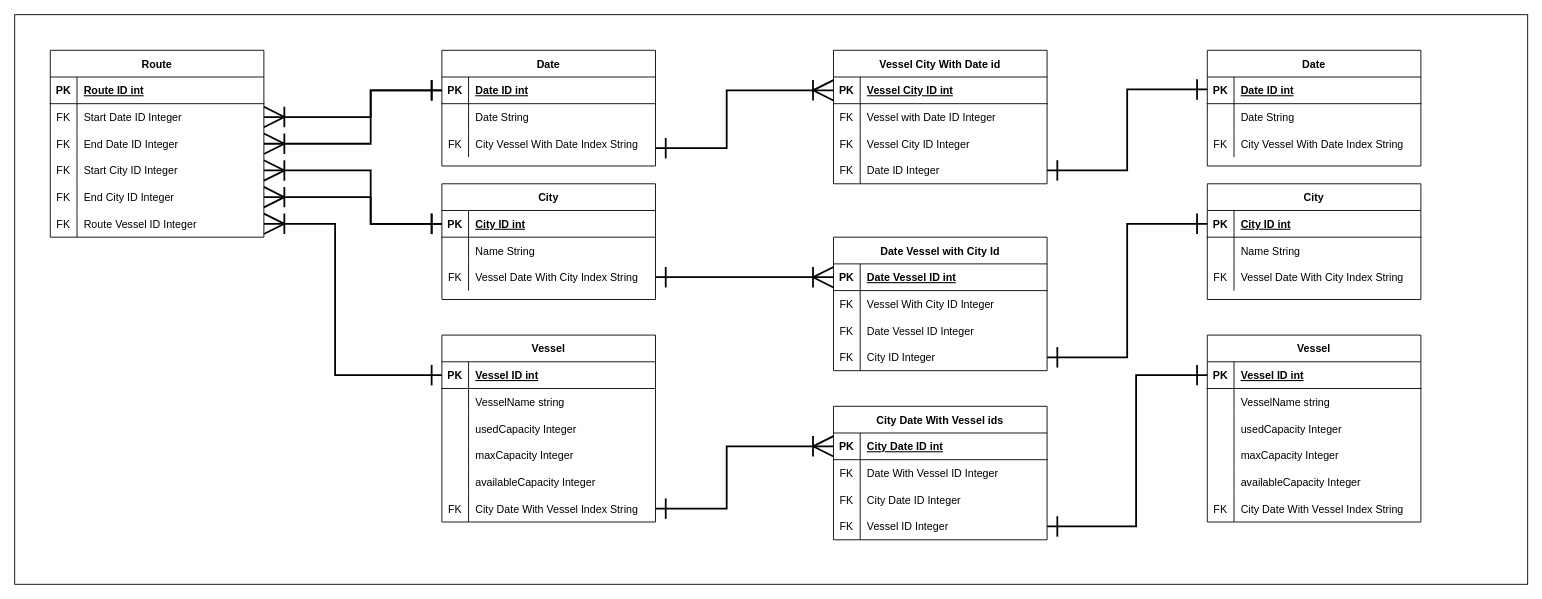
This is drawIo/erDiagramTables.drawio from jmsaRuc/sofdevporjekt, a draw.io file, before an edit. Source tidied: cells renumbered, new cells numbered last; positions are measured from the earlier drawing's top-left corner, leaving out a move shared by most shapes. Both pictures are drawn from the tidied source at 89%, with x=0, y=0 at pixel (14, 14).
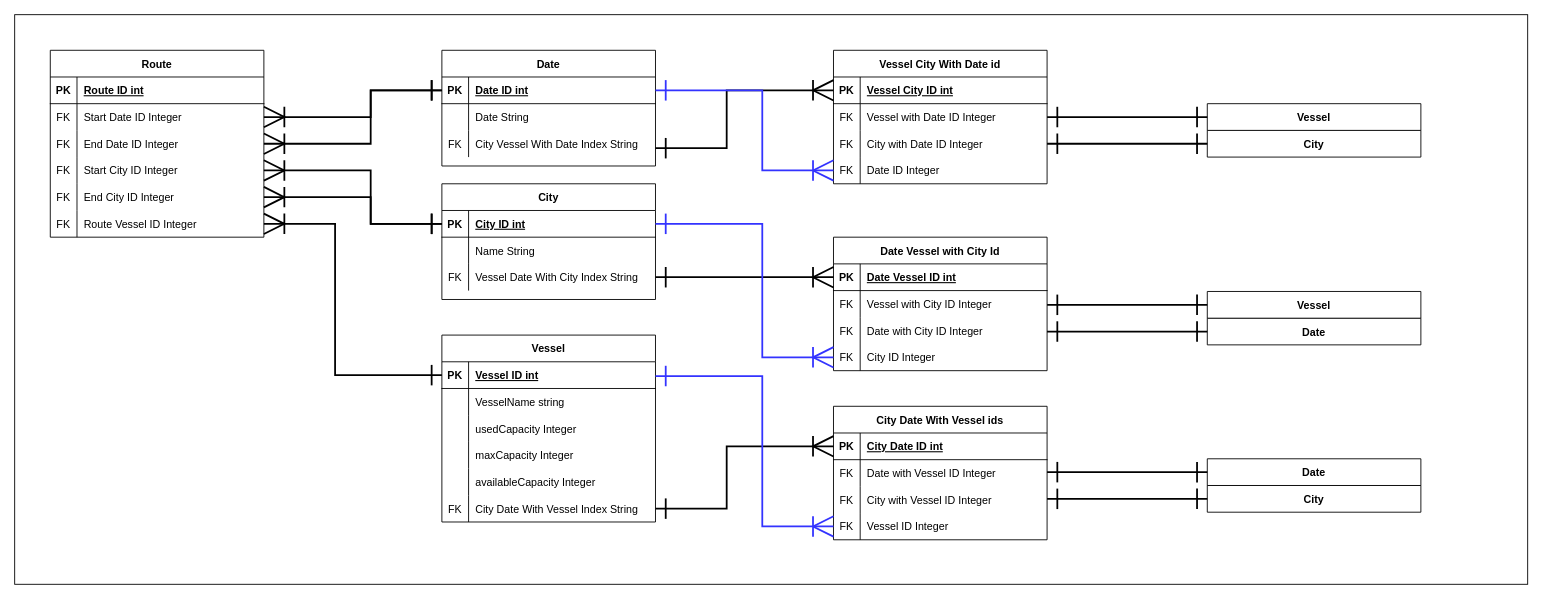
After the change.

The change refers to these unchanged cells:
```xml
<mxCell id="4" style="shape=partialRectangle;fillColor=none;points=[[0,0.5],[1,0.5]];portConstraint=eastwest;top=0;left=0;right=0;bottom=1;" parent="3" vertex="1">
  <mxGeometry y="30" width="240" height="30" as="geometry" />
</mxCell>
<mxCell id="46" style="shape=partialRectangle;fillColor=none;top=0;left=0;right=0;bottom=0;" parent="42" vertex="1">
  <mxGeometry y="60" width="240" height="30" as="geometry" />
</mxCell>
<mxCell id="49" style="shape=partialRectangle;fillColor=none;top=0;left=0;right=0;bottom=0;" parent="42" vertex="1">
  <mxGeometry y="90" width="240" height="30" as="geometry" />
</mxCell>
<mxCell id="52" style="shape=partialRectangle;fillColor=none;points=[[0,0.5],[1,0.5]];portConstraint=eastwest;top=0;left=0;right=0;bottom=0;" parent="42" vertex="1">
  <mxGeometry y="120" width="240" height="30" as="geometry" />
</mxCell>
<mxCell id="62" style="shape=partialRectangle;fillColor=none;points=[[0,0.5],[1,0.5]];portConstraint=eastwest;top=0;left=0;right=0;bottom=0;" parent="55" vertex="1">
  <mxGeometry y="90" width="240" height="30" as="geometry" />
</mxCell>
<mxCell id="65" style="shape=partialRectangle;fillColor=none;points=[[0,0.5],[1,0.5]];portConstraint=eastwest;top=0;left=0;right=0;bottom=0;" parent="55" vertex="1">
  <mxGeometry y="120" width="240" height="30" as="geometry" />
</mxCell>
<mxCell id="72" style="shape=partialRectangle;fillColor=none;top=0;left=0;right=0;bottom=0;" parent="68" vertex="1">
  <mxGeometry y="60" width="240" height="30" as="geometry" />
</mxCell>
<mxCell id="75" style="shape=partialRectangle;fillColor=none;top=0;left=0;right=0;bottom=0;" parent="68" vertex="1">
  <mxGeometry y="90" width="240" height="30" as="geometry" />
</mxCell>
<mxCell id="78" style="shape=partialRectangle;fillColor=none;points=[[0,0.5],[1,0.5]];portConstraint=eastwest;top=0;left=0;right=0;bottom=0;" parent="68" vertex="1">
  <mxGeometry y="120" width="240" height="30" as="geometry" />
</mxCell>
```

Diff of the diagram source:
```diff
@@
-    <mxCell id="48" value="Date With Vessel ID Integer" style="shape=partialRectangle;overflow=hidden;fillColor=none;top=0;left=0;bottom=0;right=0;align=left;spacingLeft=6;" parent="46" vertex="1">
+    <mxCell id="48" value="Date with Vessel ID Integer" style="shape=partialRectangle;overflow=hidden;fillColor=none;top=0;left=0;bottom=0;right=0;align=left;spacingLeft=6;" parent="46" vertex="1">
       <mxGeometry x="30" width="210" height="30" as="geometry" />
     </mxCell>
@@
-    <mxCell id="51" value="City Date ID Integer" style="shape=partialRectangle;overflow=hidden;fillColor=none;top=0;left=0;bottom=0;right=0;align=left;spacingLeft=6;" parent="49" vertex="1">
+    <mxCell id="51" value="City with Vessel ID Integer" style="shape=partialRectangle;overflow=hidden;fillColor=none;top=0;left=0;bottom=0;right=0;align=left;spacingLeft=6;" parent="49" vertex="1">
       <mxGeometry x="30" width="210" height="30" as="geometry" />
     </mxCell>
@@
-    <mxCell id="64" value="Vessel City ID Integer " style="shape=partialRectangle;overflow=hidden;fillColor=none;top=0;left=0;bottom=0;right=0;align=left;spacingLeft=6;" parent="62" vertex="1">
+    <mxCell id="64" value="City with Date ID Integer " style="shape=partialRectangle;overflow=hidden;fillColor=none;top=0;left=0;bottom=0;right=0;align=left;spacingLeft=6;" parent="62" vertex="1">
       <mxGeometry x="30" width="210" height="30" as="geometry" />
     </mxCell>
@@
-    <mxCell id="74" value="Vessel With City ID Integer" style="shape=partialRectangle;overflow=hidden;fillColor=none;top=0;left=0;bottom=0;right=0;align=left;spacingLeft=6;" parent="72" vertex="1">
+    <mxCell id="74" value="Vessel with City ID Integer" style="shape=partialRectangle;overflow=hidden;fillColor=none;top=0;left=0;bottom=0;right=0;align=left;spacingLeft=6;" parent="72" vertex="1">
       <mxGeometry x="30" width="210" height="30" as="geometry" />
     </mxCell>
@@
-    <mxCell id="77" value="Date Vessel ID Integer " style="shape=partialRectangle;overflow=hidden;fillColor=none;top=0;left=0;bottom=0;right=0;align=left;spacingLeft=6;" parent="75" vertex="1">
+    <mxCell id="77" value="Date with City ID Integer " style="shape=partialRectangle;overflow=hidden;fillColor=none;top=0;left=0;bottom=0;right=0;align=left;spacingLeft=6;" parent="75" vertex="1">
       <mxGeometry x="30" width="210" height="30" as="geometry" />
     </mxCell>
@@
-    <mxCell id="108" value="Date" style="shape=table;startSize=30;childLayout=tableLayout;rowLines=0;fontStyle=1;align=center;" parent="1" vertex="1">
-      <mxGeometry x="1340" y="40" width="240" height="130" as="geometry" />
+    <mxCell id="108" value="City" style="shape=table;startSize=30;childLayout=tableLayout;rowLines=0;fontStyle=1;align=center;" parent="1" vertex="1">
+      <mxGeometry x="1340" y="130" width="240" height="30" as="geometry" />
     </mxCell>
-    <mxCell id="109" style="shape=partialRectangle;fillColor=none;top=0;left=0;right=0;bottom=1;" parent="108" vertex="1">
-      <mxGeometry y="30" width="240" height="30" as="geometry" />
-    </mxCell>
-    <mxCell id="110" value="PK" style="shape=partialRectangle;overflow=hidden;fillColor=none;top=0;left=0;bottom=0;right=0;fontStyle=1;" parent="109" vertex="1">
-      <mxGeometry width="30" height="30" as="geometry" />
-    </mxCell>
-    <mxCell id="111" value="Date ID int" style="shape=partialRectangle;overflow=hidden;fillColor=none;top=0;left=0;bottom=0;right=0;align=left;spacingLeft=6;fontStyle=5;" parent="109" vertex="1">
-      <mxGeometry x="30" width="210" height="30" as="geometry" />
-    </mxCell>
-    <mxCell id="112" style="shape=partialRectangle;fillColor=none;top=0;left=0;right=0;bottom=0;" parent="108" vertex="1">
-      <mxGeometry y="60" width="240" height="30" as="geometry" />
-    </mxCell>
-    <mxCell id="113" style="shape=partialRectangle;overflow=hidden;fillColor=none;top=0;left=0;bottom=0;right=0;" parent="112" vertex="1">
-      <mxGeometry width="30" height="30" as="geometry" />
-    </mxCell>
-    <mxCell id="114" value="Date String" style="shape=partialRectangle;overflow=hidden;fillColor=none;top=0;left=0;bottom=0;right=0;align=left;spacingLeft=6;" parent="112" vertex="1">
-      <mxGeometry x="30" width="210" height="30" as="geometry" />
-    </mxCell>
-    <mxCell id="115" style="shape=partialRectangle;fillColor=none;top=0;left=0;right=0;bottom=0;" parent="108" vertex="1">
-      <mxGeometry y="90" width="240" height="30" as="geometry" />
-    </mxCell>
-    <mxCell id="116" value="FK" style="shape=partialRectangle;overflow=hidden;fillColor=none;top=0;left=0;bottom=0;right=0;" parent="115" vertex="1">
-      <mxGeometry width="30" height="30" as="geometry" />
-    </mxCell>
-    <mxCell id="117" value="City Vessel With Date Index String" style="shape=partialRectangle;overflow=hidden;fillColor=none;top=0;left=0;bottom=0;right=0;align=left;spacingLeft=6;" parent="115" vertex="1">
-      <mxGeometry x="30" width="210" height="30" as="geometry" />
-    </mxCell>
+    <mxCell id="147" style="edgeStyle=orthogonalEdgeStyle;rounded=0;jettySize=auto;html=1;startArrow=ERone;startFill=0;targetPerimeterSpacing=0;strokeWidth=2;endArrow=ERone;endFill=0;endSize=20;startSize=20;exitX=1;exitY=0.5;exitDx=0;exitDy=0;" parent="1" edge="1" source="62">
+      <mxGeometry relative="1" as="geometry">
+        <mxPoint x="1340" y="145" as="targetPoint" />
+        <Array as="points">
+          <mxPoint x="1340" y="145" />
+        </Array>
+      </mxGeometry>
+    </mxCell>
+    <mxCell id="150" style="edgeStyle=orthogonalEdgeStyle;rounded=0;jettySize=auto;html=1;entryX=0;entryY=0.5;entryDx=0;entryDy=0;startArrow=ERone;startFill=0;targetPerimeterSpacing=0;strokeWidth=2;endArrow=ERoneToMany;endFill=0;exitX=1;exitY=0.5;exitDx=0;exitDy=0;endSize=20;startSize=20;strokeColor=#3333FF;" parent="1" edge="1" source="4" target="65">
+      <mxGeometry relative="1" as="geometry">
+        <Array as="points">
+          <mxPoint x="840" y="85" />
+          <mxPoint x="840" y="175" />
+        </Array>
+      </mxGeometry>
+    </mxCell>
+    <mxCell id="151" style="edgeStyle=orthogonalEdgeStyle;rounded=0;jettySize=auto;html=1;entryX=0;entryY=0.5;entryDx=0;entryDy=0;startArrow=ERone;startFill=0;targetPerimeterSpacing=0;strokeWidth=2;endArrow=ERoneToMany;endFill=0;exitX=1;exitY=0.5;exitDx=0;exitDy=0;endSize=20;startSize=20;strokeColor=#3333FF;" parent="1" edge="1" target="78">
+      <mxGeometry relative="1" as="geometry">
+        <mxPoint x="720" y="235" as="sourcePoint" />
+        <Array as="points">
+          <mxPoint x="840" y="235" />
+          <mxPoint x="840" y="385" />
+        </Array>
+      </mxGeometry>
+    </mxCell>
+    <mxCell id="152" style="edgeStyle=orthogonalEdgeStyle;rounded=0;jettySize=auto;html=1;entryX=0;entryY=0.5;entryDx=0;entryDy=0;startArrow=ERone;startFill=0;targetPerimeterSpacing=0;strokeWidth=2;endArrow=ERoneToMany;endFill=0;exitX=1;exitY=0.5;exitDx=0;exitDy=0;endSize=20;startSize=20;strokeColor=#3333FF;" parent="1" edge="1" target="52">
+      <mxGeometry relative="1" as="geometry">
+        <mxPoint x="720" y="406" as="sourcePoint" />
+        <Array as="points">
+          <mxPoint x="840" y="406" />
+          <mxPoint x="840" y="575" />
+        </Array>
+      </mxGeometry>
+    </mxCell>
+    <mxCell id="153" value="Vessel" style="shape=table;startSize=30;childLayout=tableLayout;rowLines=0;fontStyle=1;align=center;" parent="1" vertex="1">
+      <mxGeometry x="1340" y="100" width="240" height="30" as="geometry" />
+    </mxCell>
+    <mxCell id="154" style="edgeStyle=orthogonalEdgeStyle;rounded=0;orthogonalLoop=1;jettySize=auto;html=1;startArrow=ERone;startFill=0;targetPerimeterSpacing=0;strokeWidth=2;endArrow=ERone;endFill=0;endSize=20;startSize=20;exitX=1;exitY=0.5;exitDx=0;exitDy=0;" parent="1" edge="1">
+      <mxGeometry relative="1" as="geometry">
+        <mxPoint x="1160" y="115" as="sourcePoint" />
+        <mxPoint x="1340" y="115" as="targetPoint" />
+        <Array as="points">
+          <mxPoint x="1340" y="115" />
+        </Array>
+      </mxGeometry>
+    </mxCell>
+    <mxCell id="155" value="Date" style="shape=table;startSize=30;childLayout=tableLayout;rowLines=0;fontStyle=1;align=center;" parent="1" vertex="1">
+      <mxGeometry x="1340" y="341" width="240" height="30" as="geometry" />
+    </mxCell>
+    <mxCell id="156" style="edgeStyle=orthogonalEdgeStyle;rounded=0;orthogonalLoop=1;jettySize=auto;html=1;startArrow=ERone;startFill=0;targetPerimeterSpacing=0;strokeWidth=2;endArrow=ERone;endFill=0;endSize=20;startSize=20;exitX=1;exitY=0.5;exitDx=0;exitDy=0;" parent="1" edge="1">
+      <mxGeometry relative="1" as="geometry">
+        <mxPoint x="1160" y="356" as="sourcePoint" />
+        <mxPoint x="1340" y="356" as="targetPoint" />
+        <Array as="points">
+          <mxPoint x="1340" y="356" />
+        </Array>
+      </mxGeometry>
+    </mxCell>
+    <mxCell id="157" value="Vessel" style="shape=table;startSize=30;childLayout=tableLayout;rowLines=0;fontStyle=1;align=center;" parent="1" vertex="1">
+      <mxGeometry x="1340" y="311" width="240" height="30" as="geometry" />
+    </mxCell>
+    <mxCell id="158" style="edgeStyle=orthogonalEdgeStyle;rounded=0;orthogonalLoop=1;jettySize=auto;html=1;startArrow=ERone;startFill=0;targetPerimeterSpacing=0;strokeWidth=2;endArrow=ERone;endFill=0;endSize=20;startSize=20;exitX=1;exitY=0.5;exitDx=0;exitDy=0;" parent="1" edge="1">
+      <mxGeometry relative="1" as="geometry">
+        <mxPoint x="1160" y="326" as="sourcePoint" />
+        <mxPoint x="1340" y="326" as="targetPoint" />
+        <Array as="points">
+          <mxPoint x="1340" y="326" />
+        </Array>
+      </mxGeometry>
+    </mxCell>
     <mxCell id="118" value="City" style="shape=table;startSize=30;childLayout=tableLayout;rowLines=0;fontStyle=1;align=center;" parent="1" vertex="1">
-      <mxGeometry x="1340" y="190" width="240" height="130" as="geometry" />
+      <mxGeometry x="1340" y="529" width="240" height="30" as="geometry" />
     </mxCell>
-    <mxCell id="119" style="shape=partialRectangle;fillColor=none;points=[[0,0.5],[1,0.5]];portConstraint=eastwest;top=0;left=0;right=0;bottom=1;" parent="118" vertex="1">
-      <mxGeometry y="30" width="240" height="30" as="geometry" />
-    </mxCell>
-    <mxCell id="120" value="PK" style="shape=partialRectangle;overflow=hidden;fillColor=none;top=0;left=0;bottom=0;right=0;fontStyle=1;" parent="119" vertex="1">
-      <mxGeometry width="30" height="30" as="geometry" />
-    </mxCell>
-    <mxCell id="121" value="City ID int" style="shape=partialRectangle;overflow=hidden;fillColor=none;top=0;left=0;bottom=0;right=0;align=left;spacingLeft=6;fontStyle=5;" parent="119" vertex="1">
-      <mxGeometry x="30" width="210" height="30" as="geometry" />
-    </mxCell>
-    <mxCell id="122" style="shape=partialRectangle;fillColor=none;top=0;left=0;right=0;bottom=0;" parent="118" vertex="1">
-      <mxGeometry y="60" width="240" height="30" as="geometry" />
-    </mxCell>
-    <mxCell id="123" style="shape=partialRectangle;overflow=hidden;fillColor=none;top=0;left=0;bottom=0;right=0;" parent="122" vertex="1">
-      <mxGeometry width="30" height="30" as="geometry" />
-    </mxCell>
-    <mxCell id="124" value="Name String " style="shape=partialRectangle;overflow=hidden;fillColor=none;top=0;left=0;bottom=0;right=0;align=left;spacingLeft=6;" parent="122" vertex="1">
-      <mxGeometry x="30" width="210" height="30" as="geometry" />
-    </mxCell>
-    <mxCell id="125" style="shape=partialRectangle;fillColor=none;top=0;left=0;right=0;bottom=0;" parent="118" vertex="1">
-      <mxGeometry y="90" width="240" height="30" as="geometry" />
-    </mxCell>
-    <mxCell id="126" value="FK" style="shape=partialRectangle;overflow=hidden;fillColor=none;top=0;left=0;bottom=0;right=0;" parent="125" vertex="1">
-      <mxGeometry width="30" height="30" as="geometry" />
-    </mxCell>
-    <mxCell id="127" value="Vessel Date With City Index String" style="shape=partialRectangle;overflow=hidden;fillColor=none;top=0;left=0;bottom=0;right=0;align=left;spacingLeft=6;" parent="125" vertex="1">
-      <mxGeometry x="30" width="210" height="30" as="geometry" />
-    </mxCell>
-    <mxCell id="128" value="Vessel" style="shape=table;startSize=30;childLayout=tableLayout;rowLines=0;fontStyle=1;align=center;" parent="1" vertex="1">
-      <mxGeometry x="1340" y="360" width="240" height="210" as="geometry" />
-    </mxCell>
-    <mxCell id="129" style="shape=partialRectangle;fillColor=none;points=[[0,0.5],[1,0.5]];portConstraint=eastwest;top=0;left=0;right=0;bottom=1;" parent="128" vertex="1">
-      <mxGeometry y="30" width="240" height="30" as="geometry" />
-    </mxCell>
-    <mxCell id="130" value="PK" style="shape=partialRectangle;overflow=hidden;fillColor=none;top=0;left=0;bottom=0;right=0;fontStyle=1;" parent="129" vertex="1">
-      <mxGeometry width="30" height="30" as="geometry" />
-    </mxCell>
-    <mxCell id="131" value="Vessel ID int" style="shape=partialRectangle;overflow=hidden;fillColor=none;top=0;left=0;bottom=0;right=0;align=left;spacingLeft=6;fontStyle=5;" parent="129" vertex="1">
-      <mxGeometry x="30" width="210" height="30" as="geometry" />
-    </mxCell>
-    <mxCell id="132" style="shape=partialRectangle;fillColor=none;top=0;left=0;right=0;bottom=0;" parent="128" vertex="1">
-      <mxGeometry y="60" width="240" height="30" as="geometry" />
-    </mxCell>
-    <mxCell id="133" style="shape=partialRectangle;overflow=hidden;fillColor=none;top=0;left=0;bottom=0;right=0;" parent="132" vertex="1">
-      <mxGeometry width="30" height="30" as="geometry" />
-    </mxCell>
-    <mxCell id="134" value="VesselName string" style="shape=partialRectangle;overflow=hidden;fillColor=none;top=0;left=0;bottom=0;right=0;align=left;spacingLeft=6;" parent="132" vertex="1">
-      <mxGeometry x="30" width="210" height="30" as="geometry" />
-    </mxCell>
-    <mxCell id="135" style="shape=partialRectangle;fillColor=none;top=0;left=0;right=0;bottom=0;" parent="128" vertex="1">
-      <mxGeometry y="90" width="240" height="30" as="geometry" />
-    </mxCell>
-    <mxCell id="136" style="shape=partialRectangle;overflow=hidden;fillColor=none;top=0;left=0;bottom=0;right=0;" parent="135" vertex="1">
-      <mxGeometry width="30" height="30" as="geometry" />
-    </mxCell>
-    <mxCell id="137" value="usedCapacity Integer " style="shape=partialRectangle;overflow=hidden;fillColor=none;top=0;left=0;bottom=0;right=0;align=left;spacingLeft=6;" parent="135" vertex="1">
-      <mxGeometry x="30" width="210" height="30" as="geometry" />
-    </mxCell>
-    <mxCell id="138" style="shape=partialRectangle;fillColor=none;top=0;left=0;right=0;bottom=0;" parent="128" vertex="1">
-      <mxGeometry y="120" width="240" height="30" as="geometry" />
-    </mxCell>
-    <mxCell id="139" style="shape=partialRectangle;overflow=hidden;fillColor=none;top=0;left=0;bottom=0;right=0;" parent="138" vertex="1">
-      <mxGeometry width="30" height="30" as="geometry" />
-    </mxCell>
-    <mxCell id="140" value="maxCapacity Integer " style="shape=partialRectangle;overflow=hidden;fillColor=none;top=0;left=0;bottom=0;right=0;align=left;spacingLeft=6;" parent="138" vertex="1">
-      <mxGeometry x="30" width="210" height="30" as="geometry" />
-    </mxCell>
-    <mxCell id="141" style="shape=partialRectangle;fillColor=none;top=0;left=0;right=0;bottom=0;" parent="128" vertex="1">
-      <mxGeometry y="150" width="240" height="30" as="geometry" />
-    </mxCell>
-    <mxCell id="142" style="shape=partialRectangle;overflow=hidden;fillColor=none;top=0;left=0;bottom=0;right=0;" parent="141" vertex="1">
-      <mxGeometry width="30" height="30" as="geometry" />
-    </mxCell>
-    <mxCell id="143" value="availableCapacity Integer" style="shape=partialRectangle;overflow=hidden;fillColor=none;top=0;left=0;bottom=0;right=0;align=left;spacingLeft=6;" parent="141" vertex="1">
-      <mxGeometry x="30" width="210" height="30" as="geometry" />
-    </mxCell>
-    <mxCell id="144" style="shape=partialRectangle;fillColor=none;top=0;left=0;right=0;bottom=0;" parent="128" vertex="1">
-      <mxGeometry y="180" width="240" height="30" as="geometry" />
-    </mxCell>
-    <mxCell id="145" value="FK" style="shape=partialRectangle;overflow=hidden;fillColor=none;top=0;left=0;bottom=0;right=0;" parent="144" vertex="1">
-      <mxGeometry width="30" height="30" as="geometry" />
-    </mxCell>
-    <mxCell id="146" value="City Date With Vessel Index String" style="shape=partialRectangle;overflow=hidden;fillColor=none;top=0;left=0;bottom=0;right=0;align=left;spacingLeft=6;" parent="144" vertex="1">
-      <mxGeometry x="30" width="210" height="30" as="geometry" />
-    </mxCell>
-    <mxCell id="147" style="edgeStyle=orthogonalEdgeStyle;rounded=0;jettySize=auto;html=1;entryX=0;entryY=0.5;entryDx=0;entryDy=0;startArrow=ERone;startFill=0;targetPerimeterSpacing=0;strokeWidth=2;endArrow=ERone;endFill=0;endSize=20;startSize=20;exitX=1;exitY=0.5;exitDx=0;exitDy=0;" parent="1" edge="1" source="65">
-      <mxGeometry relative="1" as="geometry">
-        <mxPoint x="1340" y="84" as="targetPoint" />
-        <Array as="points">
-          <mxPoint x="1250" y="175" />
-          <mxPoint x="1250" y="84" />
-        </Array>
-      </mxGeometry>
-    </mxCell>
-    <mxCell id="148" style="edgeStyle=orthogonalEdgeStyle;rounded=0;jettySize=auto;html=1;entryX=0;entryY=0.5;entryDx=0;entryDy=0;startArrow=ERone;startFill=0;targetPerimeterSpacing=0;strokeWidth=2;endArrow=ERone;endFill=0;endSize=20;startSize=20;exitX=1;exitY=0.5;exitDx=0;exitDy=0;" parent="1" edge="1" source="78" target="119">
-      <mxGeometry relative="1" as="geometry">
-        <Array as="points">
-          <mxPoint x="1250" y="385" />
-          <mxPoint x="1250" y="235" />
-        </Array>
-      </mxGeometry>
-    </mxCell>
-    <mxCell id="149" style="edgeStyle=orthogonalEdgeStyle;rounded=0;jettySize=auto;html=1;entryX=0;entryY=0.5;entryDx=0;entryDy=0;startArrow=ERone;startFill=0;targetPerimeterSpacing=0;strokeWidth=2;endArrow=ERone;endFill=0;endSize=20;startSize=20;exitX=1;exitY=0.5;exitDx=0;exitDy=0;" parent="1" edge="1" source="52" target="129">
-      <mxGeometry relative="1" as="geometry">
-        <Array as="points">
-          <mxPoint x="1260" y="575" />
-          <mxPoint x="1260" y="405" />
-        </Array>
-      </mxGeometry>
-    </mxCell>
+    <mxCell id="159" style="edgeStyle=orthogonalEdgeStyle;rounded=0;orthogonalLoop=1;jettySize=auto;html=1;startArrow=ERone;startFill=0;targetPerimeterSpacing=0;strokeWidth=2;endArrow=ERone;endFill=0;endSize=20;startSize=20;exitX=1;exitY=0.5;exitDx=0;exitDy=0;" parent="1" edge="1">
+      <mxGeometry relative="1" as="geometry">
+        <mxPoint x="1160" y="544" as="sourcePoint" />
+        <mxPoint x="1340" y="544" as="targetPoint" />
+        <Array as="points">
+          <mxPoint x="1340" y="544" />
+        </Array>
+      </mxGeometry>
+    </mxCell>
+    <mxCell id="160" value="Date" style="shape=table;startSize=30;childLayout=tableLayout;rowLines=0;fontStyle=1;align=center;" parent="1" vertex="1">
+      <mxGeometry x="1340" y="499" width="240" height="30" as="geometry" />
+    </mxCell>
+    <mxCell id="161" style="edgeStyle=orthogonalEdgeStyle;rounded=0;orthogonalLoop=1;jettySize=auto;html=1;startArrow=ERone;startFill=0;targetPerimeterSpacing=0;strokeWidth=2;endArrow=ERone;endFill=0;endSize=20;startSize=20;exitX=1;exitY=0.5;exitDx=0;exitDy=0;" parent="1" edge="1">
+      <mxGeometry relative="1" as="geometry">
+        <mxPoint x="1160" y="514" as="sourcePoint" />
+        <mxPoint x="1340" y="514" as="targetPoint" />
+        <Array as="points">
+          <mxPoint x="1340" y="514" />
+        </Array>
+      </mxGeometry>
+    </mxCell>
```
